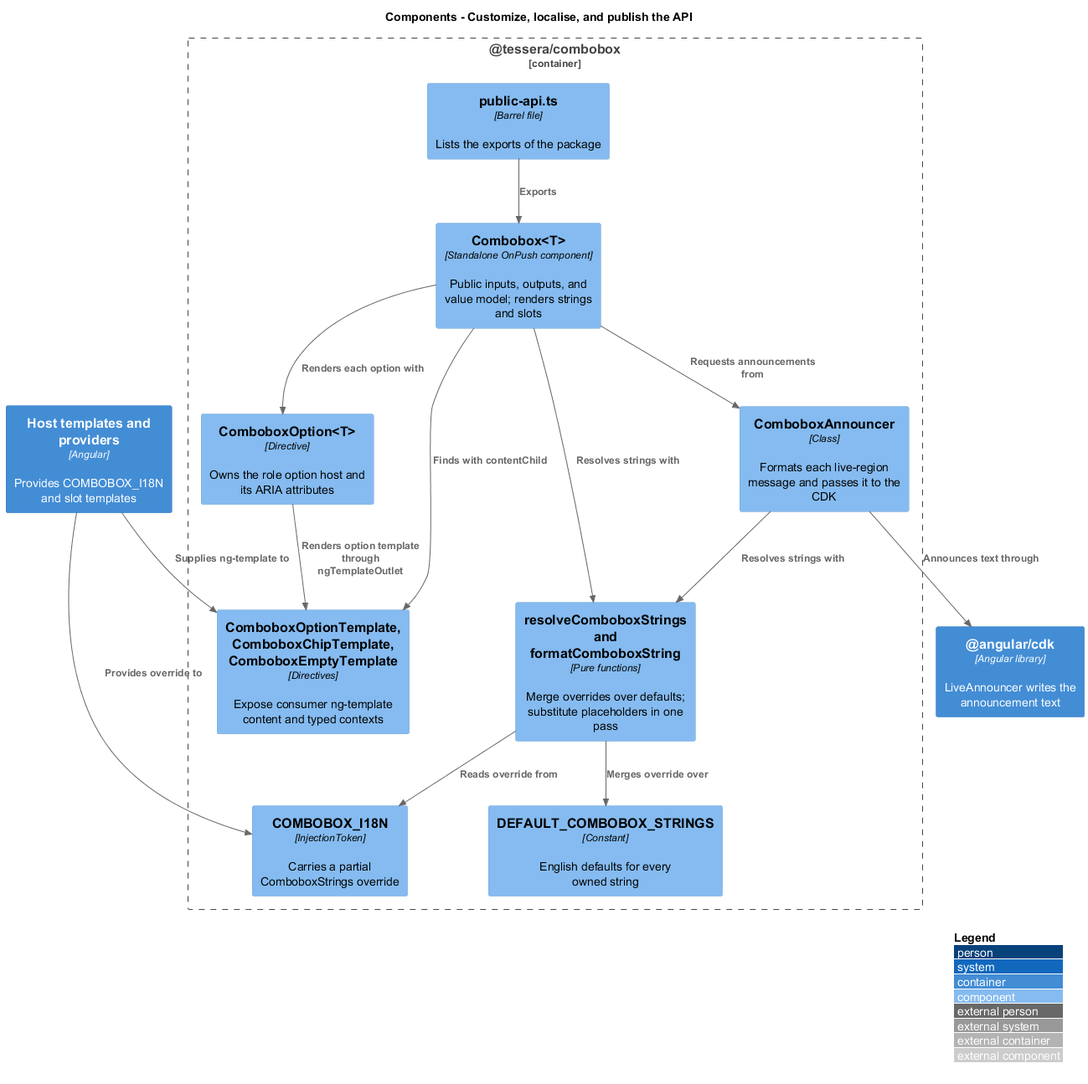
Before: docs/detailed-designs/combobox/customize-and-localise/diagrams/c4-component.png, a diagram exported from PlantUML (QuinntyneBrown/Tessera). The source it was exported from:
```plantuml
@startuml
!include <C4/C4_Component>
LAYOUT_WITH_LEGEND()
title Components - Customize, localise, and publish the API

Container(hostcode, "Host templates and providers", "Angular", "Provides COMBOBOX_I18N and slot templates")
Container(cdk, "@angular/cdk", "Angular library", "LiveAnnouncer writes the announcement text")
Container_Boundary(pkg, "@tessera/combobox") {
  Component(cb, "Combobox<T>", "Standalone OnPush component", "Public inputs, outputs, and value model; renders strings and slots")
  Component(token, "COMBOBOX_I18N", "InjectionToken", "Carries a partial ComboboxStrings override")
  Component(defaults, "DEFAULT_COMBOBOX_STRINGS", "Constant", "English defaults for every owned string")
  Component(resolve, "resolveComboboxStrings and formatComboboxString", "Pure functions", "Merge overrides over defaults; substitute placeholders in one pass")
  Component(ann, "ComboboxAnnouncer", "Class", "Formats each live-region message and passes it to the CDK")
  Component(opt, "ComboboxOption<T>", "Directive", "Owns the role option host and its ARIA attributes")
  Component(slots, "ComboboxOptionTemplate, ComboboxChipTemplate, ComboboxEmptyTemplate", "Directives", "Expose consumer ng-template content and typed contexts")
  Component(api, "public-api.ts", "Barrel file", "Lists the exports of the package")
}
Rel(hostcode, token, "Provides override to")
Rel(hostcode, slots, "Supplies ng-template to")
Rel(cb, resolve, "Resolves strings with")
Rel(ann, resolve, "Resolves strings with")
Rel(resolve, token, "Reads override from")
Rel(resolve, defaults, "Merges override over")
Rel(cb, slots, "Finds with contentChild")
Rel(cb, opt, "Renders each option with")
Rel(opt, slots, "Renders option template through ngTemplateOutlet")
Rel(cb, ann, "Requests announcements from")
Rel(ann, cdk, "Announces text through")
Rel(api, cb, "Exports")
@enduml
```
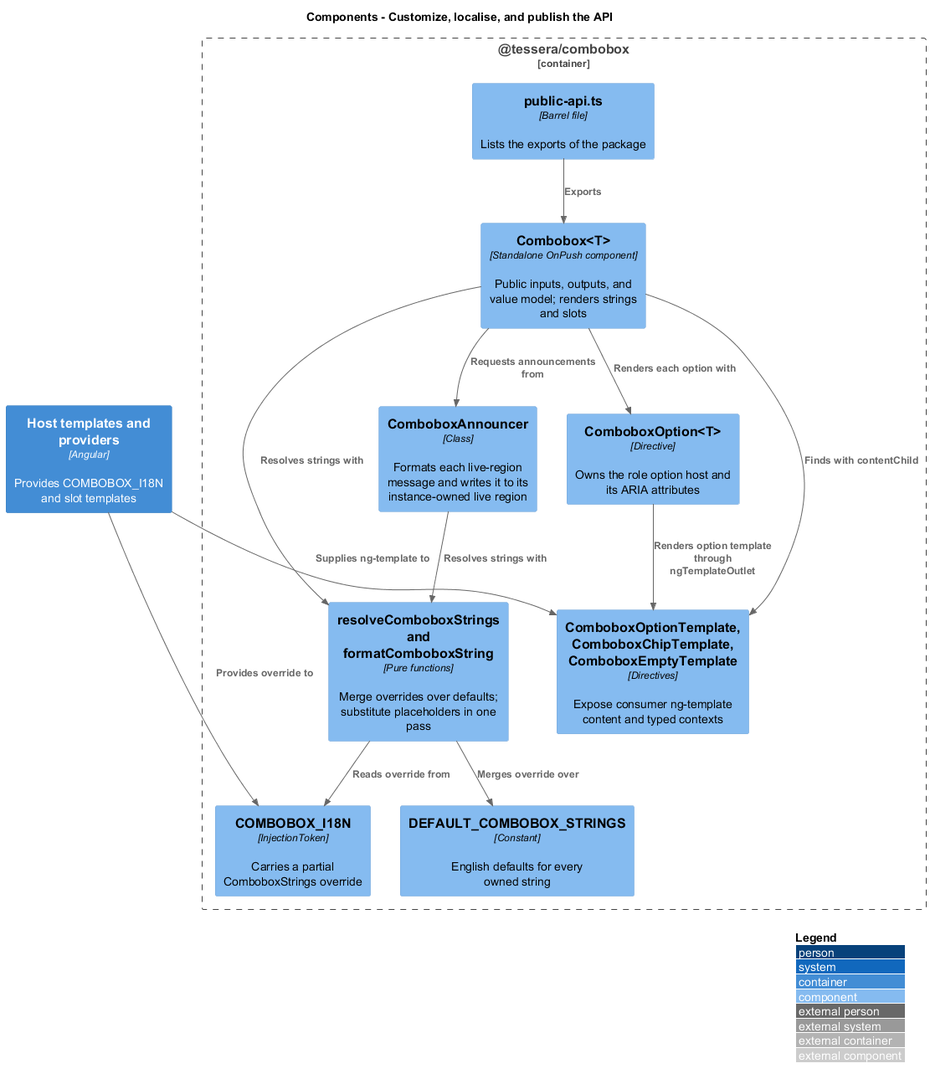
After the change.

Diff of the diagram source:
```diff
@@ -4,13 +4,12 @@
 title Components - Customize, localise, and publish the API
 
 Container(hostcode, "Host templates and providers", "Angular", "Provides COMBOBOX_I18N and slot templates")
-Container(cdk, "@angular/cdk", "Angular library", "LiveAnnouncer writes the announcement text")
 Container_Boundary(pkg, "@tessera/combobox") {
   Component(cb, "Combobox<T>", "Standalone OnPush component", "Public inputs, outputs, and value model; renders strings and slots")
   Component(token, "COMBOBOX_I18N", "InjectionToken", "Carries a partial ComboboxStrings override")
   Component(defaults, "DEFAULT_COMBOBOX_STRINGS", "Constant", "English defaults for every owned string")
   Component(resolve, "resolveComboboxStrings and formatComboboxString", "Pure functions", "Merge overrides over defaults; substitute placeholders in one pass")
-  Component(ann, "ComboboxAnnouncer", "Class", "Formats each live-region message and passes it to the CDK")
+  Component(ann, "ComboboxAnnouncer", "Class", "Formats each live-region message and writes it to its instance-owned live region")
   Component(opt, "ComboboxOption<T>", "Directive", "Owns the role option host and its ARIA attributes")
   Component(slots, "ComboboxOptionTemplate, ComboboxChipTemplate, ComboboxEmptyTemplate", "Directives", "Expose consumer ng-template content and typed contexts")
   Component(api, "public-api.ts", "Barrel file", "Lists the exports of the package")
@@ -25,6 +24,5 @@
 Rel(cb, opt, "Renders each option with")
 Rel(opt, slots, "Renders option template through ngTemplateOutlet")
 Rel(cb, ann, "Requests announcements from")
-Rel(ann, cdk, "Announces text through")
 Rel(api, cb, "Exports")
 @enduml
```
